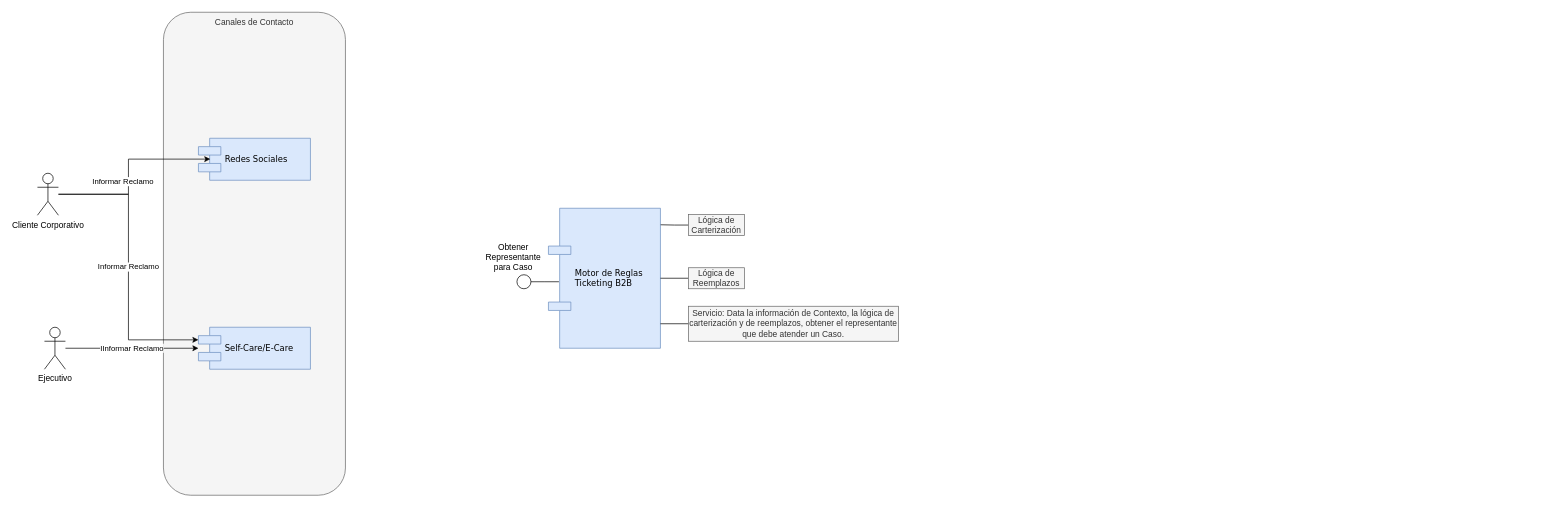
ascialpiTEF/publicAscialpiTEF keeps this draw.io diagram as WebTicketing.drawio. Above is the earlier version. Source tidied: cells renumbered, new cells numbered last; positions are measured from the earlier drawing's top-left corner, leaving out a move shared by most shapes. Both pictures are drawn from the tidied source at 70%, with x=0, y=0 at pixel (37, 12).
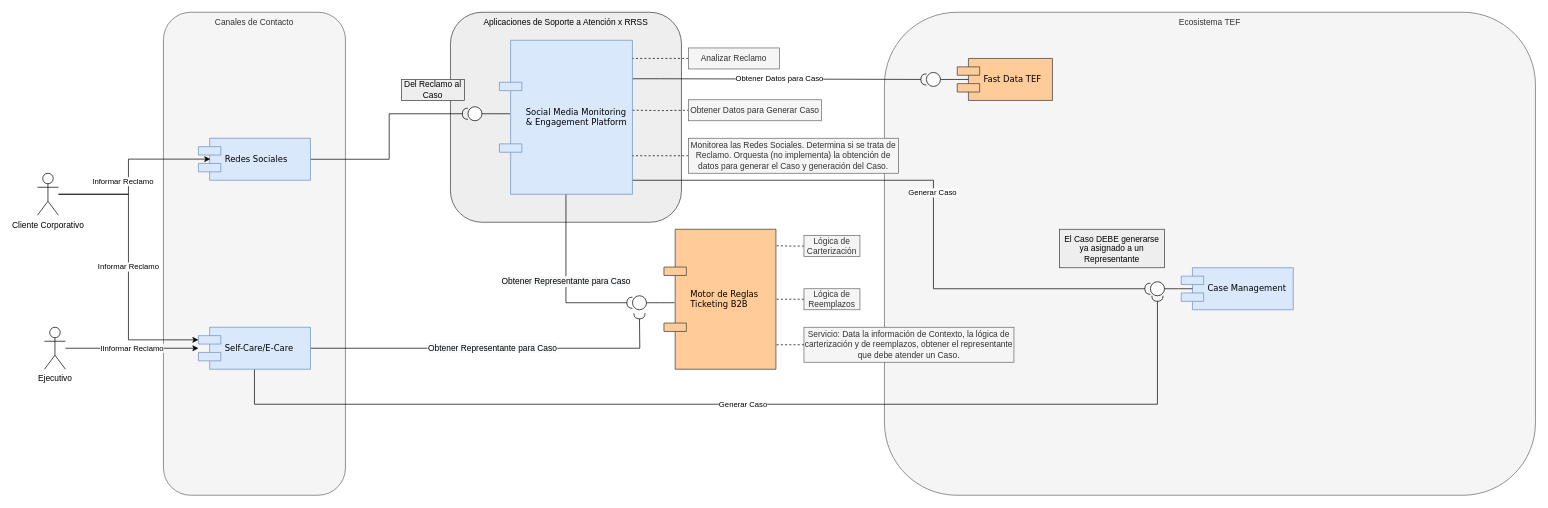
The same page after the edit.

Unchanged cells that the change refers to:
```xml
<mxCell id="3" value="Redes Sociales" style="shape=component;align=left;spacingLeft=36;rounded=0;shadow=0;comic=0;labelBackgroundColor=none;strokeWidth=1;fontFamily=Verdana;fontSize=12;html=1;fillColor=#dae8fc;strokeColor=#6c8ebf;" parent="1" vertex="1">
  <mxGeometry x="230" y="180" width="160" height="60" as="geometry" />
</mxCell>
<mxCell id="8" value="Self-Care/E-Care" style="shape=component;align=left;spacingLeft=36;rounded=0;shadow=0;comic=0;labelBackgroundColor=none;strokeWidth=1;fontFamily=Verdana;fontSize=12;html=1;fillColor=#dae8fc;strokeColor=#6c8ebf;" parent="1" vertex="1">
  <mxGeometry x="230" y="450" width="160" height="60" as="geometry" />
</mxCell>
```

The edit, as a diff of the source:
```diff
@@
+    <mxCell id="21" value="Aplicaciones de Soporte a Atención x RRSS" style="rounded=1;whiteSpace=wrap;html=1;strokeColor=#36393d;fillColor=#eeeeee;verticalAlign=top;" parent="1" vertex="1">
+      <mxGeometry x="590" width="330" height="300" as="geometry" />
+    </mxCell>
+    <mxCell id="22" value="&lt;div style=&quot;text-align: justify&quot;&gt;&lt;span&gt;Ecosistema TEF&lt;/span&gt;&lt;/div&gt;" style="rounded=1;whiteSpace=wrap;html=1;verticalAlign=top;fillColor=#f5f5f5;fontColor=#333333;strokeColor=#666666;" parent="1" vertex="1">
+      <mxGeometry x="1210" width="930" height="690" as="geometry" />
+    </mxCell>
@@
+    <mxCell id="23" style="edgeStyle=orthogonalEdgeStyle;rounded=0;jettySize=auto;html=1;entryX=0;entryY=0.5;entryDx=0;entryDy=0;startArrow=none;startFill=0;endArrow=halfCircle;endFill=0;" parent="1" edge="1" source="3" target="36">
+      <mxGeometry relative="1" as="geometry" />
+    </mxCell>
@@
+    <mxCell id="24" value="&lt;span style=&quot;font-size: 12px ; background-color: rgb(248 , 249 , 250)&quot;&gt;Obtener Representante para Caso&lt;/span&gt;" style="edgeStyle=orthogonalEdgeStyle;rounded=0;jettySize=auto;html=1;startArrow=none;startFill=0;endArrow=halfCircle;endFill=0;" parent="1" edge="1" source="8">
+      <mxGeometry relative="1" as="geometry">
+        <mxPoint x="860" y="430" as="targetPoint" />
+      </mxGeometry>
+    </mxCell>
+    <mxCell id="25" value="Generar Caso" style="edgeStyle=orthogonalEdgeStyle;rounded=0;jettySize=auto;html=1;entryX=0.5;entryY=1;entryDx=0;entryDy=0;startArrow=none;startFill=0;endArrow=halfCircle;endFill=0;" parent="1" edge="1" source="8" target="43">
+      <mxGeometry relative="1" as="geometry">
+        <Array as="points">
+          <mxPoint x="310" y="560" />
+          <mxPoint x="1600" y="560" />
+        </Array>
+      </mxGeometry>
+    </mxCell>
@@
-    <mxCell id="11" value="Motor de Reglas &lt;br&gt;Ticketing B2B" style="shape=component;align=left;spacingLeft=36;rounded=0;shadow=0;comic=0;labelBackgroundColor=none;strokeWidth=1;fontFamily=Verdana;fontSize=12;html=1;fillColor=#dae8fc;strokeColor=#6c8ebf;" parent="1" vertex="1">
-      <mxGeometry x="730" y="280" width="160" height="200" as="geometry" />
+    <mxCell id="11" value="Motor de Reglas &lt;br&gt;Ticketing B2B" style="shape=component;align=left;spacingLeft=36;rounded=0;shadow=0;comic=0;labelBackgroundColor=none;strokeWidth=1;fontFamily=Verdana;fontSize=12;html=1;fillColor=#ffcc99;strokeColor=#36393d;" parent="1" vertex="1">
+      <mxGeometry x="895" y="310" width="160" height="200" as="geometry" />
     </mxCell>
-    <mxCell id="12" style="edgeStyle=orthogonalEdgeStyle;rounded=0;jettySize=auto;html=1;entryX=1.002;entryY=0.118;entryDx=0;entryDy=0;entryPerimeter=0;endArrow=none;endFill=0;" parent="1" edge="1" source="13" target="11">
+    <mxCell id="12" style="edgeStyle=orthogonalEdgeStyle;rounded=0;jettySize=auto;html=1;entryX=1.002;entryY=0.118;entryDx=0;entryDy=0;entryPerimeter=0;endArrow=none;endFill=0;dashed=1;" parent="1" edge="1" source="13" target="11">
       <mxGeometry relative="1" as="geometry" />
     </mxCell>
     <mxCell id="13" value="Lógica de Carterización" style="text;html=1;strokeColor=#666666;fillColor=#f5f5f5;align=center;verticalAlign=middle;whiteSpace=wrap;rounded=0;fontColor=#333333;" parent="1" vertex="1">
-      <mxGeometry x="930" y="289" width="80" height="30" as="geometry" />
+      <mxGeometry x="1095" y="319" width="80" height="30" as="geometry" />
     </mxCell>
-    <mxCell id="14" style="edgeStyle=orthogonalEdgeStyle;rounded=0;jettySize=auto;html=1;endArrow=none;endFill=0;" parent="1" edge="1" source="15" target="11">
+    <mxCell id="14" style="edgeStyle=orthogonalEdgeStyle;rounded=0;jettySize=auto;html=1;endArrow=none;endFill=0;dashed=1;" parent="1" edge="1" source="15" target="11">
       <mxGeometry relative="1" as="geometry" />
     </mxCell>
     <mxCell id="15" value="Lógica de Reemplazos" style="text;html=1;strokeColor=#666666;fillColor=#f5f5f5;align=center;verticalAlign=middle;whiteSpace=wrap;rounded=0;fontColor=#333333;" parent="1" vertex="1">
-      <mxGeometry x="930" y="365" width="80" height="30" as="geometry" />
+      <mxGeometry x="1095" y="395" width="80" height="30" as="geometry" />
     </mxCell>
-    <mxCell id="16" style="edgeStyle=orthogonalEdgeStyle;rounded=0;jettySize=auto;html=1;entryX=1;entryY=0.825;entryDx=0;entryDy=0;endArrow=none;endFill=0;entryPerimeter=0;" parent="1" edge="1" source="17" target="11">
+    <mxCell id="16" style="edgeStyle=orthogonalEdgeStyle;rounded=0;jettySize=auto;html=1;entryX=1;entryY=0.825;entryDx=0;entryDy=0;endArrow=none;endFill=0;entryPerimeter=0;dashed=1;" parent="1" edge="1" source="17" target="11">
       <mxGeometry relative="1" as="geometry" />
     </mxCell>
     <mxCell id="17" value="Servicio: Data la información de Contexto, la lógica de carterización y de reemplazos, obtener el representante que debe atender un Caso." style="text;html=1;strokeColor=#666666;fillColor=#f5f5f5;align=center;verticalAlign=middle;whiteSpace=wrap;rounded=0;fontColor=#333333;" parent="1" vertex="1">
-      <mxGeometry x="930" y="420" width="300" height="50" as="geometry" />
+      <mxGeometry x="1095" y="450" width="300" height="50" as="geometry" />
     </mxCell>
     <mxCell id="18" style="ellipse;whiteSpace=wrap;html=1;rounded=0;shadow=0;comic=0;labelBackgroundColor=none;strokeWidth=1;fontFamily=Verdana;fontSize=12;align=center;" parent="1" vertex="1">
-      <mxGeometry x="685" y="375" width="20" height="20" as="geometry" />
+      <mxGeometry x="850" y="405" width="20" height="20" as="geometry" />
     </mxCell>
     <mxCell id="19" style="edgeStyle=elbowEdgeStyle;rounded=0;html=1;labelBackgroundColor=none;startArrow=none;startFill=0;startSize=8;endArrow=none;endFill=0;endSize=16;fontFamily=Verdana;fontSize=12;" parent="1" edge="1" source="18">
       <mxGeometry relative="1" as="geometry">
-        <mxPoint x="745" y="385" as="targetPoint" />
+        <mxPoint x="910" y="415" as="targetPoint" />
       </mxGeometry>
     </mxCell>
-    <mxCell id="20" value="Obtener Representante para Caso" style="text;html=1;strokeColor=none;fillColor=none;align=center;verticalAlign=middle;whiteSpace=wrap;rounded=0;" parent="1" vertex="1">
-      <mxGeometry x="650" y="335" width="60" height="30" as="geometry" />
-    </mxCell>
+    <mxCell id="26" value="Obtener Datos para Caso" style="edgeStyle=orthogonalEdgeStyle;rounded=0;jettySize=auto;html=1;entryX=0;entryY=0.5;entryDx=0;entryDy=0;endArrow=halfCircle;endFill=0;" parent="1" edge="1" source="30" target="40">
+      <mxGeometry relative="1" as="geometry">
+        <Array as="points">
+          <mxPoint x="890" y="95" />
+          <mxPoint x="890" y="95" />
+        </Array>
+      </mxGeometry>
+    </mxCell>
+    <mxCell id="27" value="&lt;span style=&quot;font-size: 12px ; background-color: rgb(248 , 249 , 250)&quot;&gt;Obtener Representante para Caso&lt;/span&gt;" style="edgeStyle=orthogonalEdgeStyle;rounded=0;jettySize=auto;html=1;entryX=0;entryY=0.5;entryDx=0;entryDy=0;endArrow=halfCircle;endFill=0;" parent="1" edge="1" source="30" target="18">
+      <mxGeometry relative="1" as="geometry" />
+    </mxCell>
+    <mxCell id="28" value="Generar Caso&amp;nbsp;" style="edgeStyle=orthogonalEdgeStyle;rounded=0;jettySize=auto;html=1;entryX=0;entryY=0.5;entryDx=0;entryDy=0;endArrow=halfCircle;endFill=0;" parent="1" edge="1" source="30" target="43">
+      <mxGeometry relative="1" as="geometry">
+        <Array as="points">
+          <mxPoint x="1280" y="240" />
+          <mxPoint x="1280" y="395" />
+        </Array>
+      </mxGeometry>
+    </mxCell>
+    <mxCell id="29" style="edgeStyle=orthogonalEdgeStyle;rounded=0;jettySize=auto;html=1;entryX=0;entryY=0.5;entryDx=0;entryDy=0;endArrow=none;endFill=0;dashed=1;" parent="1" edge="1" target="33">
+      <mxGeometry relative="1" as="geometry">
+        <mxPoint x="850" y="140" as="sourcePoint" />
+      </mxGeometry>
+    </mxCell>
+    <mxCell id="30" value="Social Media Monitoring &lt;br&gt;&amp;amp; Engagement Platform" style="shape=component;align=left;spacingLeft=36;rounded=0;shadow=0;comic=0;labelBackgroundColor=none;strokeWidth=1;fontFamily=Verdana;fontSize=12;html=1;fillColor=#dae8fc;strokeColor=#6c8ebf;" parent="1" vertex="1">
+      <mxGeometry x="660" y="40" width="190" height="220" as="geometry" />
+    </mxCell>
+    <mxCell id="31" style="edgeStyle=orthogonalEdgeStyle;rounded=0;jettySize=auto;html=1;entryX=1.002;entryY=0.118;entryDx=0;entryDy=0;entryPerimeter=0;endArrow=none;endFill=0;dashed=1;" parent="1" edge="1" source="32" target="30">
+      <mxGeometry relative="1" as="geometry" />
+    </mxCell>
+    <mxCell id="32" value="Analizar Reclamo" style="text;html=1;strokeColor=#666666;fillColor=#f5f5f5;align=center;verticalAlign=middle;whiteSpace=wrap;rounded=0;fontColor=#333333;" parent="1" vertex="1">
+      <mxGeometry x="930" y="51" width="130" height="30" as="geometry" />
+    </mxCell>
+    <mxCell id="33" value="Obtener Datos para Generar Caso" style="text;html=1;strokeColor=#666666;fillColor=#f5f5f5;align=center;verticalAlign=middle;whiteSpace=wrap;rounded=0;fontColor=#333333;" parent="1" vertex="1">
+      <mxGeometry x="930" y="125" width="190" height="30" as="geometry" />
+    </mxCell>
+    <mxCell id="34" style="edgeStyle=orthogonalEdgeStyle;rounded=0;jettySize=auto;html=1;entryX=1;entryY=0.75;entryDx=0;entryDy=0;endArrow=none;endFill=0;dashed=1;" parent="1" edge="1" source="35" target="30">
+      <mxGeometry relative="1" as="geometry" />
+    </mxCell>
+    <mxCell id="35" value="Monitorea las Redes Sociales. Determina si se trata de Reclamo. Orquesta (no implementa) la obtención de datos para generar el Caso y generación del Caso." style="text;html=1;strokeColor=#666666;fillColor=#f5f5f5;align=center;verticalAlign=middle;whiteSpace=wrap;rounded=0;fontColor=#333333;" parent="1" vertex="1">
+      <mxGeometry x="930" y="180" width="300" height="50" as="geometry" />
+    </mxCell>
+    <mxCell id="36" style="ellipse;whiteSpace=wrap;html=1;rounded=0;shadow=0;comic=0;labelBackgroundColor=none;strokeWidth=1;fontFamily=Verdana;fontSize=12;align=center;" parent="1" vertex="1">
+      <mxGeometry x="615" y="135" width="20" height="20" as="geometry" />
+    </mxCell>
+    <mxCell id="37" style="edgeStyle=elbowEdgeStyle;rounded=0;html=1;labelBackgroundColor=none;startArrow=none;startFill=0;startSize=8;endArrow=none;endFill=0;endSize=16;fontFamily=Verdana;fontSize=12;" parent="1" edge="1" source="36">
+      <mxGeometry relative="1" as="geometry">
+        <mxPoint x="675" y="145" as="targetPoint" />
+      </mxGeometry>
+    </mxCell>
+    <mxCell id="38" value="Del Reclamo al Caso" style="text;html=1;strokeColor=#36393d;fillColor=#eeeeee;align=center;verticalAlign=middle;whiteSpace=wrap;rounded=0;" parent="1" vertex="1">
+      <mxGeometry x="520" y="96" width="90" height="30" as="geometry" />
+    </mxCell>
+    <mxCell id="39" value="Fast Data TEF" style="shape=component;align=left;spacingLeft=36;rounded=0;shadow=0;comic=0;labelBackgroundColor=none;strokeWidth=1;fontFamily=Verdana;fontSize=12;html=1;fillColor=#ffcc99;strokeColor=#36393d;" parent="1" vertex="1">
+      <mxGeometry x="1314" y="66" width="136" height="60" as="geometry" />
+    </mxCell>
+    <mxCell id="40" style="ellipse;whiteSpace=wrap;html=1;rounded=0;shadow=0;comic=0;labelBackgroundColor=none;strokeWidth=1;fontFamily=Verdana;fontSize=12;align=center;" parent="1" vertex="1">
+      <mxGeometry x="1270" y="86" width="20" height="20" as="geometry" />
+    </mxCell>
+    <mxCell id="41" style="edgeStyle=elbowEdgeStyle;rounded=0;html=1;labelBackgroundColor=none;startArrow=none;startFill=0;startSize=8;endArrow=none;endFill=0;endSize=16;fontFamily=Verdana;fontSize=12;" parent="1" edge="1" source="40">
+      <mxGeometry relative="1" as="geometry">
+        <mxPoint x="1330" y="96" as="targetPoint" />
+      </mxGeometry>
+    </mxCell>
+    <mxCell id="42" value="Case Management" style="shape=component;align=left;spacingLeft=36;rounded=0;shadow=0;comic=0;labelBackgroundColor=none;strokeWidth=1;fontFamily=Verdana;fontSize=12;html=1;fillColor=#dae8fc;strokeColor=#6c8ebf;" parent="1" vertex="1">
+      <mxGeometry x="1634" y="365" width="160" height="60" as="geometry" />
+    </mxCell>
+    <mxCell id="43" style="ellipse;whiteSpace=wrap;html=1;rounded=0;shadow=0;comic=0;labelBackgroundColor=none;strokeWidth=1;fontFamily=Verdana;fontSize=12;align=center;" parent="1" vertex="1">
+      <mxGeometry x="1590" y="385" width="20" height="20" as="geometry" />
+    </mxCell>
+    <mxCell id="44" style="edgeStyle=elbowEdgeStyle;rounded=0;html=1;labelBackgroundColor=none;startArrow=none;startFill=0;startSize=8;endArrow=none;endFill=0;endSize=16;fontFamily=Verdana;fontSize=12;" parent="1" edge="1" source="43">
+      <mxGeometry relative="1" as="geometry">
+        <mxPoint x="1650" y="395" as="targetPoint" />
+      </mxGeometry>
+    </mxCell>
+    <mxCell id="45" value="El Caso DEBE generarse ya asignado a un Representante" style="text;html=1;strokeColor=#36393d;fillColor=#eeeeee;align=center;verticalAlign=middle;whiteSpace=wrap;rounded=0;" parent="1" vertex="1">
+      <mxGeometry x="1460" y="310" width="150" height="55" as="geometry" />
+    </mxCell>
```
